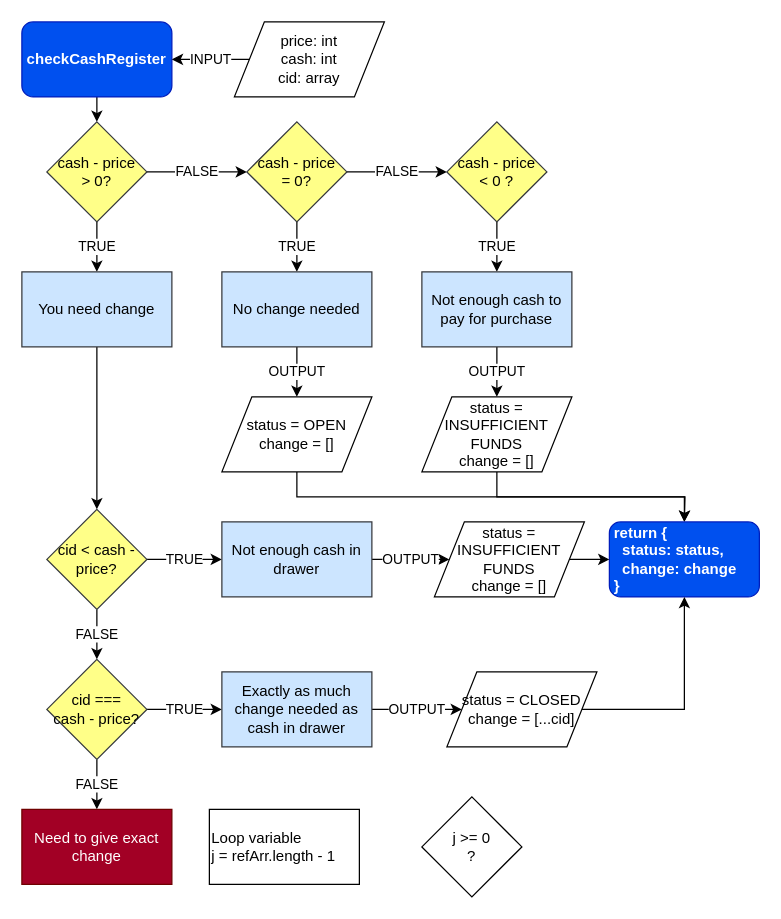
hdevilbiss/js-capstone keeps this draw.io diagram as docs/images/CheckCashRegister.drawio. Above is the earlier version. Source tidied: cells renumbered, new cells numbered last; positions are measured from the earlier drawing's top-left corner, leaving out a move shared by most shapes. Both pictures are drawn from the tidied source at 125%, with x=0, y=0 at pixel (21, 21).
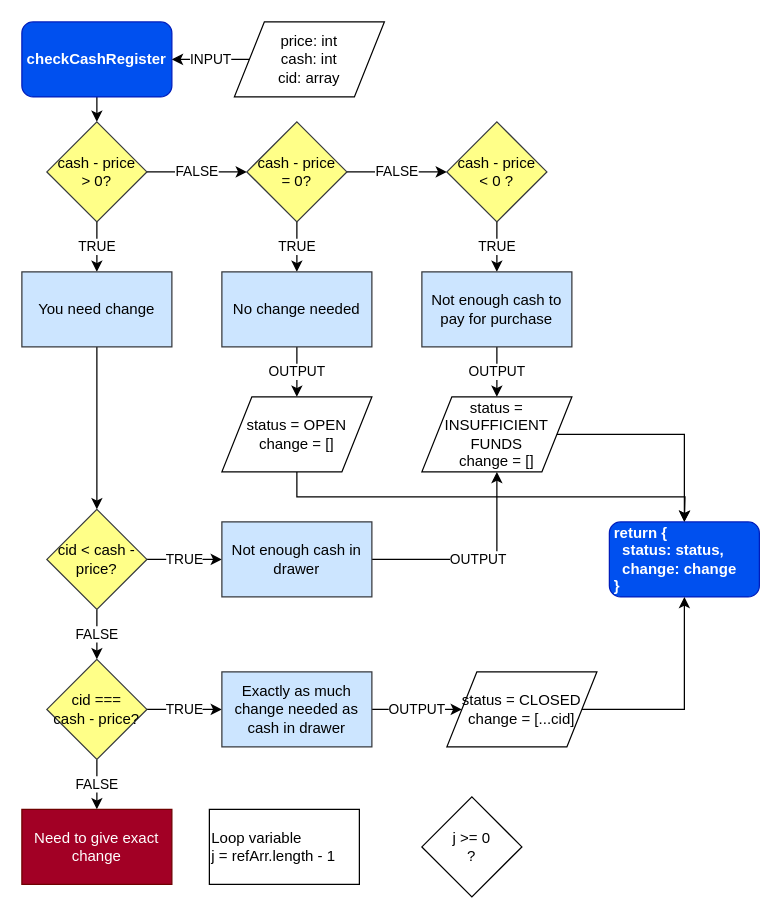
The same diagram, later.

Commit message:
♻️Simpler diagram: 2 actions to 1 identical output

Unchanged cells that the change refers to:
```xml
<mxCell id="19" value="Not enough cash to pay for purchase" style="rounded=0;whiteSpace=wrap;html=1;fillColor=#cce5ff;strokeColor=#36393d;" parent="1" vertex="1">
  <mxGeometry x="320" y="200" width="120" height="60" as="geometry" />
</mxCell>
<mxCell id="27" value="return {&lt;br&gt;&amp;nbsp; status: status,&lt;br&gt;&amp;nbsp; change: change&lt;br&gt;}" style="rounded=1;whiteSpace=wrap;html=1;align=left;fillColor=#0050ef;strokeColor=#001DBC;fontColor=#ffffff;fontStyle=1;spacingLeft=2;" parent="1" vertex="1">
  <mxGeometry x="470" y="400" width="120" height="60" as="geometry" />
</mxCell>
```

Diff of the diagram source:
```diff
@@
-    <mxCell id="18" value="OUTPUT" style="edgeStyle=orthogonalEdgeStyle;rounded=0;jettySize=auto;html=1;exitX=0.5;exitY=1;exitDx=0;exitDy=0;entryX=0.5;entryY=0;entryDx=0;entryDy=0;" parent="1" edge="1" source="19" target="23">
+    <mxCell id="18" value="OUTPUT" style="edgeStyle=orthogonalEdgeStyle;rounded=0;jettySize=auto;html=1;exitX=0.5;exitY=1;exitDx=0;exitDy=0;" parent="1" edge="1" source="19" target="31">
       <mxGeometry relative="1" as="geometry" />
     </mxCell>
@@
-    <mxCell id="22" style="edgeStyle=orthogonalEdgeStyle;rounded=0;jettySize=auto;html=1;exitX=0.5;exitY=1;exitDx=0;exitDy=0;entryX=0.5;entryY=0;entryDx=0;entryDy=0;" parent="1" edge="1" source="23" target="27">
-      <mxGeometry relative="1" as="geometry" />
-    </mxCell>
-    <mxCell id="23" value="status = INSUFFICIENT FUNDS&lt;br&gt;change = []" style="shape=parallelogram;perimeter=parallelogramPerimeter;whiteSpace=wrap;html=1;align=center;labelPosition=center;verticalLabelPosition=middle;verticalAlign=middle;" parent="1" vertex="1">
-      <mxGeometry x="320" y="300" width="120" height="60" as="geometry" />
-    </mxCell>
@@
-    <mxCell id="30" style="edgeStyle=orthogonalEdgeStyle;rounded=0;jettySize=auto;html=1;exitX=1;exitY=0.5;exitDx=0;exitDy=0;entryX=0;entryY=0.5;entryDx=0;entryDy=0;" parent="1" edge="1" source="31" target="27">
+    <mxCell id="30" style="edgeStyle=orthogonalEdgeStyle;rounded=0;jettySize=auto;html=1;exitX=1;exitY=0.5;exitDx=0;exitDy=0;entryX=0.5;entryY=0;entryDx=0;entryDy=0;" parent="1" edge="1" source="31" target="27">
       <mxGeometry relative="1" as="geometry" />
     </mxCell>
     <mxCell id="31" value="status = INSUFFICIENT FUNDS&lt;br&gt;change = []" style="shape=parallelogram;perimeter=parallelogramPerimeter;whiteSpace=wrap;html=1;align=center;labelPosition=center;verticalLabelPosition=middle;verticalAlign=middle;" parent="1" vertex="1">
-      <mxGeometry x="330" y="400" width="120" height="60" as="geometry" />
+      <mxGeometry x="320" y="300" width="120" height="60" as="geometry" />
     </mxCell>
```
